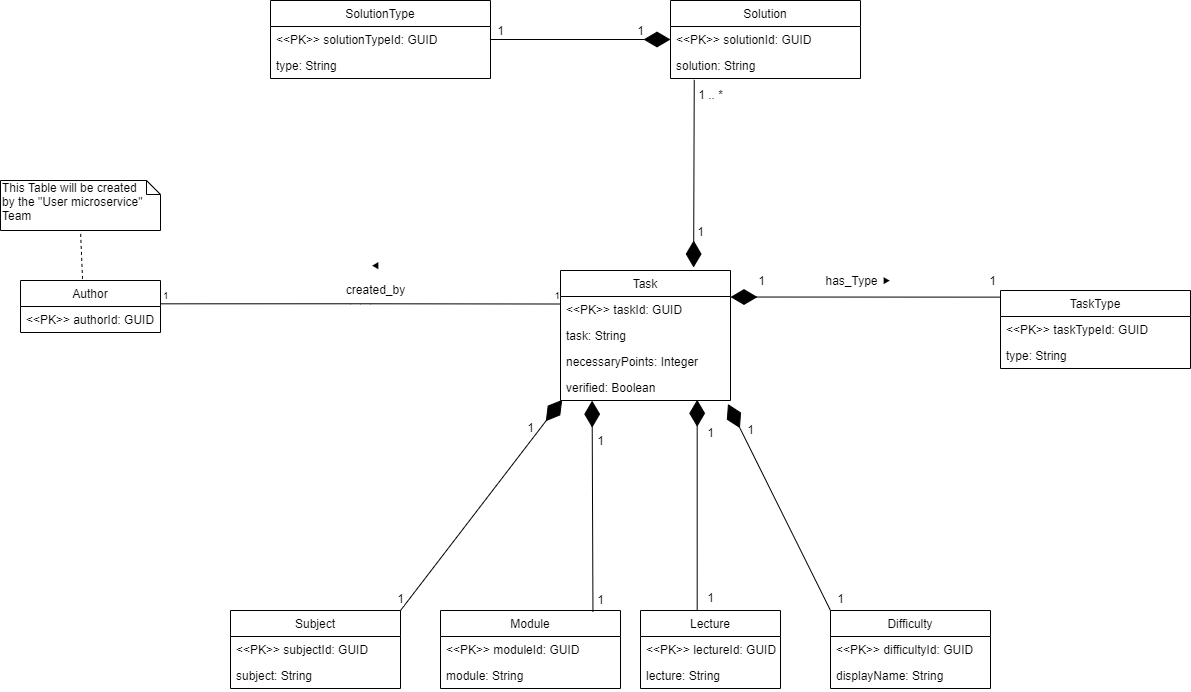
This is .docs/ER_Diagram_Task_MS_Database.png from E-Edu/task, a draw.io export, as it was before one commit. Source tidied: cells renumbered, new cells last; positions are measured from the earlier drawing's top-left corner, leaving out a move shared by most shapes.
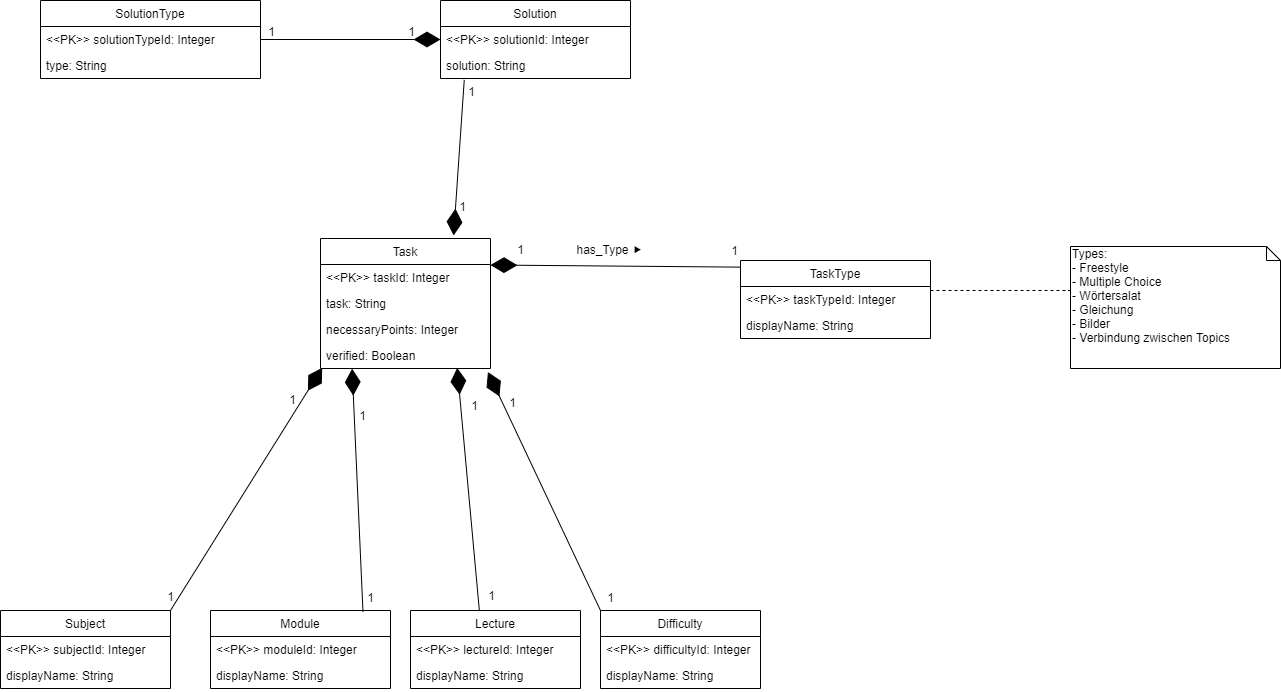
After the change.

Commit message:
Removed User Table, Changed Datatype of PKs to Integer, Renamed display name attributes to displayName, Added note that descripes types

Diff of the diagram source:
```diff
@@ -20,54 +20,10 @@
         <mxPoint y="-16.5" as="offset" />
       </mxGeometry>
     </mxCell>
-    <mxCell id="6" style="endArrow=none;html=1;edgeStyle=orthogonalEdgeStyle;exitX=1.006;exitY=-0.103;exitDx=0;exitDy=0;exitPerimeter=0;entryX=0;entryY=0.289;entryDx=0;entryDy=0;entryPerimeter=0;" parent="1" edge="1" source="19" target="11">
-      <mxGeometry relative="1" as="geometry" />
-    </mxCell>
-    <mxCell id="7" value="1" style="html=1;align=left;verticalAlign=bottom;labelBackgroundColor=#ffffff;fontSize=10;" parent="6" vertex="1">
-      <mxGeometry x="-1" relative="1" as="geometry" />
-    </mxCell>
-    <mxCell id="8" value="1" style="html=1;align=right;verticalAlign=bottom;labelBackgroundColor=#ffffff;fontSize=10;" parent="6" vertex="1">
-      <mxGeometry x="1" relative="1" as="geometry" />
-    </mxCell>
-    <mxCell id="9" value="&lt;h3 style=&quot;font-weight: normal ; font-family: &amp;#34;comic sans ms&amp;#34; , cursive , sans-serif ; padding-bottom: 0.5em ; margin: 0.2em 0px ; white-space: normal&quot;&gt;&lt;font style=&quot;font-size: 12px&quot;&gt;⯇&lt;/font&gt;&lt;/h3&gt;&lt;font style=&quot;font-size: 12px&quot;&gt;created_by&lt;/font&gt;" style="text;html=1;align=center;verticalAlign=middle;labelBackgroundColor=#ffffff;" parent="6" vertex="1">
-      <mxGeometry x="0.07" relative="1" as="geometry">
-        <mxPoint y="-29" as="offset" />
-      </mxGeometry>
-    </mxCell>
-    <mxCell id="10" value="Task" style="swimlane;fontStyle=0;horizontal=1;startSize=26;fillColor=none;" parent="1" vertex="1">
-      <mxGeometry x="560" y="270" width="170" height="130" as="geometry" />
-    </mxCell>
-    <mxCell id="11" value="&lt;&lt;PK&gt;&gt; taskId: GUID" style="text;strokeColor=none;fillColor=none;align=left;verticalAlign=top;spacingLeft=4;spacingRight=4;overflow=hidden;points=[[0,0.5],[1,0.5]];portConstraint=eastwest;" parent="10" vertex="1">
-      <mxGeometry y="26" width="170" height="26" as="geometry" />
-    </mxCell>
-    <mxCell id="12" value="task: String" style="text;strokeColor=none;fillColor=none;align=left;verticalAlign=top;spacingLeft=4;spacingRight=4;overflow=hidden;" parent="10" vertex="1">
-      <mxGeometry y="52" width="170" height="26" as="geometry" />
-    </mxCell>
-    <mxCell id="13" value="necessaryPoints: Integer" style="text;strokeColor=none;fillColor=none;align=left;verticalAlign=top;spacingLeft=4;spacingRight=4;overflow=hidden;" parent="10" vertex="1">
-      <mxGeometry y="78" width="170" height="26" as="geometry" />
-    </mxCell>
-    <mxCell id="14" value="verified: Boolean" style="text;strokeColor=none;fillColor=none;align=left;verticalAlign=top;spacingLeft=4;spacingRight=4;overflow=hidden;points=[[0,0.5],[1,0.5]];portConstraint=eastwest;" parent="10" vertex="1">
-      <mxGeometry y="104" width="170" height="26" as="geometry" />
-    </mxCell>
-    <mxCell id="15" value="TaskType" style="swimlane;fontStyle=0;horizontal=1;startSize=26;fillColor=none;" parent="1" vertex="1">
-      <mxGeometry x="1000" y="290" width="190" height="78" as="geometry" />
-    </mxCell>
-    <mxCell id="16" value="&lt;&lt;PK&gt;&gt; taskTypeId: GUID" style="text;strokeColor=none;fillColor=none;align=left;verticalAlign=top;spacingLeft=4;spacingRight=4;overflow=hidden;points=[[0,0.5],[1,0.5]];portConstraint=eastwest;" parent="15" vertex="1">
-      <mxGeometry y="26" width="190" height="26" as="geometry" />
-    </mxCell>
-    <mxCell id="17" value="type: String" style="text;strokeColor=none;fillColor=none;align=left;verticalAlign=top;spacingLeft=4;spacingRight=4;overflow=hidden;" parent="15" vertex="1">
-      <mxGeometry y="52" width="190" height="26" as="geometry" />
-    </mxCell>
-    <mxCell id="18" value="Author" style="swimlane;fontStyle=0;horizontal=1;startSize=26;fillColor=none;" parent="1" vertex="1">
-      <mxGeometry x="20" y="280" width="140" height="52" as="geometry" />
-    </mxCell>
-    <mxCell id="19" value="&lt;&lt;PK&gt;&gt; authorId: GUID" style="text;strokeColor=none;fillColor=none;align=left;verticalAlign=top;spacingLeft=4;spacingRight=4;overflow=hidden;points=[[0,0.5],[1,0.5]];portConstraint=eastwest;" parent="18" vertex="1">
-      <mxGeometry y="26" width="140" height="26" as="geometry" />
-    </mxCell>
     <mxCell id="20" value="Solution" style="swimlane;fontStyle=0;horizontal=1;startSize=26;fillColor=none;" parent="1" vertex="1">
       <mxGeometry x="670" width="190" height="78" as="geometry" />
     </mxCell>
-    <mxCell id="21" value="&lt;&lt;PK&gt;&gt; solutionId: GUID" style="text;strokeColor=none;fillColor=none;align=left;verticalAlign=top;spacingLeft=4;spacingRight=4;overflow=hidden;points=[[0,0.5],[1,0.5]];portConstraint=eastwest;" parent="20" vertex="1">
+    <mxCell id="21" value="&lt;&lt;PK&gt;&gt; solutionId: Integer" style="text;strokeColor=none;fillColor=none;align=left;verticalAlign=top;spacingLeft=4;spacingRight=4;overflow=hidden;points=[[0,0.5],[1,0.5]];portConstraint=eastwest;" parent="20" vertex="1">
       <mxGeometry y="26" width="190" height="26" as="geometry" />
     </mxCell>
     <mxCell id="22" value="solution: String" style="text;strokeColor=none;fillColor=none;align=left;verticalAlign=top;spacingLeft=4;spacingRight=4;overflow=hidden;points=[[0,0.5],[1,0.5]];portConstraint=eastwest;" parent="20" vertex="1">
@@ -76,7 +32,7 @@
     <mxCell id="23" value="SolutionType" style="swimlane;fontStyle=0;horizontal=1;startSize=26;fillColor=none;" parent="1" vertex="1">
       <mxGeometry x="270" width="220" height="78" as="geometry" />
     </mxCell>
-    <mxCell id="24" value="&lt;&lt;PK&gt;&gt; solutionTypeId: GUID" style="text;strokeColor=none;fillColor=none;align=left;verticalAlign=top;spacingLeft=4;spacingRight=4;overflow=hidden;points=[[0,0.5],[1,0.5]];portConstraint=eastwest;" parent="23" vertex="1">
+    <mxCell id="24" value="&lt;&lt;PK&gt;&gt; solutionTypeId: Integer" style="text;strokeColor=none;fillColor=none;align=left;verticalAlign=top;spacingLeft=4;spacingRight=4;overflow=hidden;points=[[0,0.5],[1,0.5]];portConstraint=eastwest;" parent="23" vertex="1">
       <mxGeometry y="26" width="220" height="26" as="geometry" />
     </mxCell>
     <mxCell id="25" value="type: String" style="text;strokeColor=none;fillColor=none;align=left;verticalAlign=top;spacingLeft=4;spacingRight=4;overflow=hidden;" parent="23" vertex="1">
@@ -98,9 +54,9 @@
     <mxCell id="29" style="endArrow=diamondThin;endFill=1;endSize=24;html=1;exitX=0.125;exitY=1.053;exitDx=0;exitDy=0;exitPerimeter=0;entryX=0.783;entryY=-0.023;entryDx=0;entryDy=0;entryPerimeter=0;" parent="1" edge="1" source="22" target="10">
       <mxGeometry relative="1" as="geometry" />
     </mxCell>
-    <mxCell id="30" value="1 .. *" style="text;html=1;align=center;verticalAlign=middle;labelBackgroundColor=#ffffff;" parent="29" vertex="1">
+    <mxCell id="30" value="1" style="text;html=1;align=center;verticalAlign=middle;labelBackgroundColor=#ffffff;" parent="29" vertex="1">
       <mxGeometry x="-0.85" y="-1" relative="1" as="geometry">
-        <mxPoint x="17.3" as="offset" />
+        <mxPoint x="8" as="offset" />
       </mxGeometry>
     </mxCell>
     <mxCell id="31" value="1" style="text;html=1;align=center;verticalAlign=middle;labelBackgroundColor=#ffffff;" parent="29" vertex="1">
@@ -111,28 +67,28 @@
     <mxCell id="32" value="Difficulty" style="swimlane;fontStyle=0;horizontal=1;startSize=26;fillColor=none;" parent="1" vertex="1">
       <mxGeometry x="830" y="610" width="160" height="78" as="geometry" />
     </mxCell>
-    <mxCell id="33" value="&lt;&lt;PK&gt;&gt; difficultyId: GUID" style="text;strokeColor=none;fillColor=none;align=left;verticalAlign=top;spacingLeft=4;spacingRight=4;overflow=hidden;" parent="32" vertex="1">
+    <mxCell id="33" value="&lt;&lt;PK&gt;&gt; difficultyId: Integer&#10;" style="text;strokeColor=none;fillColor=none;align=left;verticalAlign=top;spacingLeft=4;spacingRight=4;overflow=hidden;" parent="32" vertex="1">
       <mxGeometry y="26" width="160" height="26" as="geometry" />
     </mxCell>
     <mxCell id="34" value="displayName: String" style="text;strokeColor=none;fillColor=none;align=left;verticalAlign=top;spacingLeft=4;spacingRight=4;overflow=hidden;" parent="32" vertex="1">
       <mxGeometry y="52" width="160" height="26" as="geometry" />
     </mxCell>
     <mxCell id="35" value="Lecture" style="swimlane;fontStyle=0;horizontal=1;startSize=26;fillColor=none;" parent="1" vertex="1">
-      <mxGeometry x="640" y="610" width="140" height="78" as="geometry" />
+      <mxGeometry x="640" y="610" width="170" height="78" as="geometry" />
     </mxCell>
-    <mxCell id="36" value="&lt;&lt;PK&gt;&gt; lectureId: GUID" style="text;strokeColor=none;fillColor=none;align=left;verticalAlign=top;spacingLeft=4;spacingRight=4;overflow=hidden;" parent="35" vertex="1">
-      <mxGeometry y="26" width="140" height="26" as="geometry" />
+    <mxCell id="36" value="&lt;&lt;PK&gt;&gt; lectureId: Integer" style="text;strokeColor=none;fillColor=none;align=left;verticalAlign=top;spacingLeft=4;spacingRight=4;overflow=hidden;" parent="35" vertex="1">
+      <mxGeometry y="26" width="170" height="26" as="geometry" />
     </mxCell>
-    <mxCell id="37" value="lecture: String" style="text;strokeColor=none;fillColor=none;align=left;verticalAlign=top;spacingLeft=4;spacingRight=4;overflow=hidden;" parent="35" vertex="1">
-      <mxGeometry y="52" width="140" height="26" as="geometry" />
+    <mxCell id="37" value="displayName: String" style="text;strokeColor=none;fillColor=none;align=left;verticalAlign=top;spacingLeft=4;spacingRight=4;overflow=hidden;" parent="35" vertex="1">
+      <mxGeometry y="52" width="170" height="26" as="geometry" />
     </mxCell>
     <mxCell id="38" value="Subject" style="swimlane;fontStyle=0;horizontal=1;startSize=26;fillColor=none;" parent="1" vertex="1">
       <mxGeometry x="230" y="610" width="170" height="78" as="geometry" />
     </mxCell>
-    <mxCell id="39" value="&lt;&lt;PK&gt;&gt; subjectId: GUID" style="text;strokeColor=none;fillColor=none;align=left;verticalAlign=top;spacingLeft=4;spacingRight=4;overflow=hidden;" parent="38" vertex="1">
+    <mxCell id="39" value="&lt;&lt;PK&gt;&gt; subjectId: Integer" style="text;strokeColor=none;fillColor=none;align=left;verticalAlign=top;spacingLeft=4;spacingRight=4;overflow=hidden;" parent="38" vertex="1">
       <mxGeometry y="26" width="170" height="26" as="geometry" />
     </mxCell>
-    <mxCell id="40" value="subject: String" style="text;strokeColor=none;fillColor=none;align=left;verticalAlign=top;spacingLeft=4;spacingRight=4;overflow=hidden;" parent="38" vertex="1">
+    <mxCell id="40" value="displayName: String" style="text;strokeColor=none;fillColor=none;align=left;verticalAlign=top;spacingLeft=4;spacingRight=4;overflow=hidden;" parent="38" vertex="1">
       <mxGeometry y="52" width="170" height="26" as="geometry" />
     </mxCell>
     <mxCell id="41" style="endArrow=diamondThin;endFill=1;endSize=24;html=1;exitX=1;exitY=0;exitDx=0;exitDy=0;entryX=0.01;entryY=0.974;entryDx=0;entryDy=0;entryPerimeter=0;" parent="1" edge="1" source="38" target="14">
@@ -164,10 +120,10 @@
     <mxCell id="47" value="Module" style="swimlane;fontStyle=0;horizontal=1;startSize=26;fillColor=none;" parent="1" vertex="1">
       <mxGeometry x="440" y="610" width="180" height="78" as="geometry" />
     </mxCell>
-    <mxCell id="48" value="&lt;&lt;PK&gt;&gt; moduleId: GUID" style="text;strokeColor=none;fillColor=none;align=left;verticalAlign=top;spacingLeft=4;spacingRight=4;overflow=hidden;" parent="47" vertex="1">
+    <mxCell id="48" value="&lt;&lt;PK&gt;&gt; moduleId: Integer" style="text;strokeColor=none;fillColor=none;align=left;verticalAlign=top;spacingLeft=4;spacingRight=4;overflow=hidden;" parent="47" vertex="1">
       <mxGeometry y="26" width="180" height="26" as="geometry" />
     </mxCell>
-    <mxCell id="49" value="module: String" style="text;strokeColor=none;fillColor=none;align=left;verticalAlign=top;spacingLeft=4;spacingRight=4;overflow=hidden;" parent="47" vertex="1">
+    <mxCell id="49" value="displayName: String" style="text;strokeColor=none;fillColor=none;align=left;verticalAlign=top;spacingLeft=4;spacingRight=4;overflow=hidden;" parent="47" vertex="1">
       <mxGeometry y="52" width="180" height="26" as="geometry" />
     </mxCell>
     <mxCell id="50" style="endArrow=diamondThin;endFill=1;endSize=24;html=1;entryX=0.804;entryY=0.974;entryDx=0;entryDy=0;entryPerimeter=0;exitX=0.405;exitY=0;exitDx=0;exitDy=0;exitPerimeter=0;" parent="1" edge="1" source="35" target="14">
@@ -196,11 +152,37 @@
         <mxPoint x="12.9" as="offset" />
       </mxGeometry>
     </mxCell>
-    <mxCell id="56" value="This Table will be created&lt;br&gt;by the &quot;User microservice&quot; Team" style="shape=note;whiteSpace=wrap;html=1;size=14;verticalAlign=top;align=left;spacingTop=-6;" parent="1" vertex="1">
-      <mxGeometry y="180" width="160" height="50" as="geometry" />
-    </mxCell>
-    <mxCell id="57" style="endArrow=none;dashed=1;html=1;entryX=0.5;entryY=1;entryDx=0;entryDy=0;entryPerimeter=0;exitX=0.443;exitY=-0.031;exitDx=0;exitDy=0;exitPerimeter=0;" parent="1" edge="1" source="18" target="56">
-      <mxGeometry relative="1" as="geometry" />
-    </mxCell>
+    <mxCell id="10" value="Task" style="swimlane;fontStyle=0;horizontal=1;startSize=26;fillColor=none;" parent="1" vertex="1">
+      <mxGeometry x="550" y="238" width="170" height="130" as="geometry" />
+    </mxCell>
+    <mxCell id="11" value="&lt;&lt;PK&gt;&gt; taskId: Integer" style="text;strokeColor=none;fillColor=none;align=left;verticalAlign=top;spacingLeft=4;spacingRight=4;overflow=hidden;points=[[0,0.5],[1,0.5]];portConstraint=eastwest;" parent="10" vertex="1">
+      <mxGeometry y="26" width="170" height="26" as="geometry" />
+    </mxCell>
+    <mxCell id="12" value="task: String" style="text;strokeColor=none;fillColor=none;align=left;verticalAlign=top;spacingLeft=4;spacingRight=4;overflow=hidden;" parent="10" vertex="1">
+      <mxGeometry y="52" width="170" height="26" as="geometry" />
+    </mxCell>
+    <mxCell id="13" value="necessaryPoints: Integer" style="text;strokeColor=none;fillColor=none;align=left;verticalAlign=top;spacingLeft=4;spacingRight=4;overflow=hidden;" parent="10" vertex="1">
+      <mxGeometry y="78" width="170" height="26" as="geometry" />
+    </mxCell>
+    <mxCell id="14" value="verified: Boolean" style="text;strokeColor=none;fillColor=none;align=left;verticalAlign=top;spacingLeft=4;spacingRight=4;overflow=hidden;points=[[0,0.5],[1,0.5]];portConstraint=eastwest;" parent="10" vertex="1">
+      <mxGeometry y="104" width="170" height="26" as="geometry" />
+    </mxCell>
+    <mxCell id="15" value="TaskType" style="swimlane;fontStyle=0;horizontal=1;startSize=26;fillColor=none;" parent="1" vertex="1">
+      <mxGeometry x="970" y="260" width="190" height="78" as="geometry" />
+    </mxCell>
+    <mxCell id="16" value="&lt;&lt;PK&gt;&gt; taskTypeId: Integer" style="text;strokeColor=none;fillColor=none;align=left;verticalAlign=top;spacingLeft=4;spacingRight=4;overflow=hidden;points=[[0,0.5],[1,0.5]];portConstraint=eastwest;" parent="15" vertex="1">
+      <mxGeometry y="26" width="190" height="26" as="geometry" />
+    </mxCell>
+    <mxCell id="17" value="displayName: String" style="text;strokeColor=none;fillColor=none;align=left;verticalAlign=top;spacingLeft=4;spacingRight=4;overflow=hidden;" parent="15" vertex="1">
+      <mxGeometry y="52" width="190" height="26" as="geometry" />
+    </mxCell>
+    <mxCell id="58" value="Types:&lt;br&gt;- Freestyle&lt;br&gt;- Multiple Choice&lt;br&gt;- Wörtersalat&lt;br&gt;- Gleichung&lt;br&gt;- Bilder&lt;br&gt;- Verbindung zwischen Topics" style="shape=note;whiteSpace=wrap;html=1;size=14;verticalAlign=top;align=left;spacingTop=-6;" parent="1" vertex="1">
+      <mxGeometry x="1300" y="246" width="210" height="122" as="geometry" />
+    </mxCell>
+    <mxCell id="59" style="endArrow=none;dashed=1;html=1;exitX=1;exitY=0.154;exitDx=0;exitDy=0;exitPerimeter=0;" parent="1" edge="1" source="16">
+      <mxGeometry relative="1" as="geometry">
+        <mxPoint x="1299" y="290" as="targetPoint" />
+      </mxGeometry>
+    </mxCell>
   </root>
 </mxGraphModel>
```
